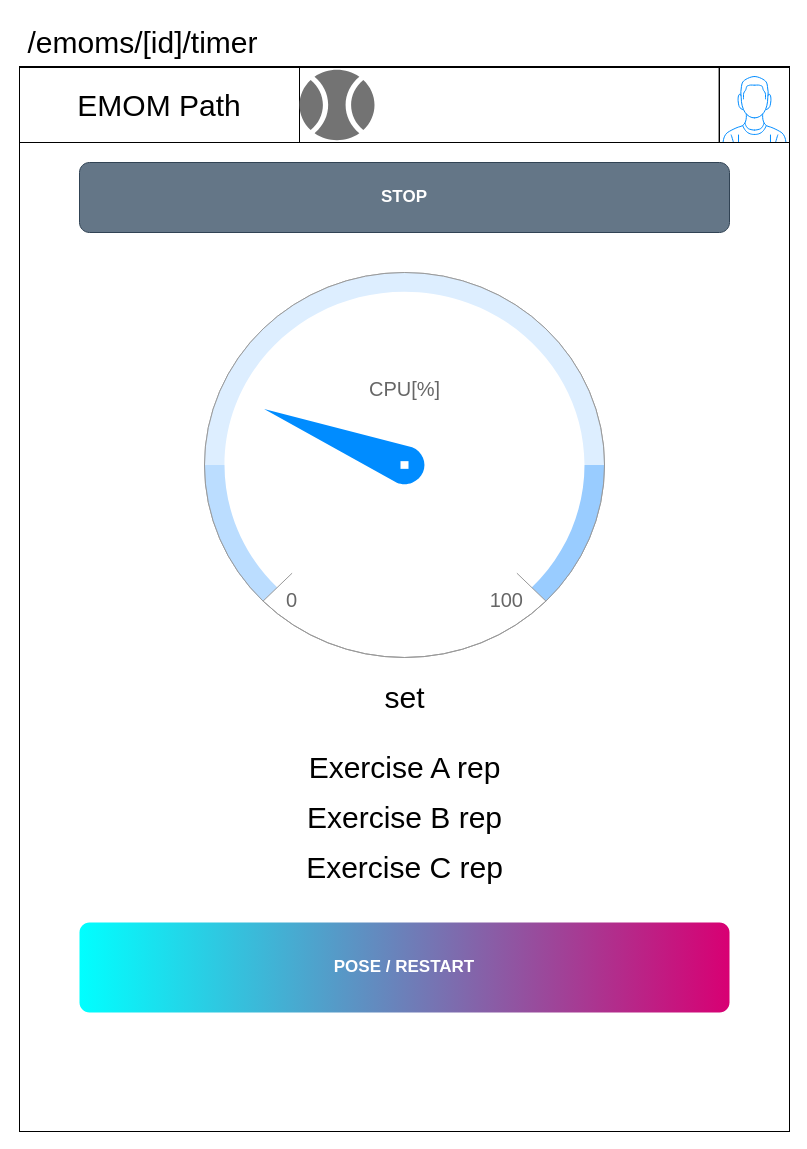
This is page "/emoms/[id]/timer" (13 of 16) of blueprints/emompath_WF.dio from Shuheitkhs/emompath, a draw.io file, before an edit. Source tidied: cells renumbered, new cells numbered last; positions are measured from the earlier drawing's top-left corner, leaving out a move shared by most shapes. Both pictures are drawn from the tidied source at 100%, with x=0, y=0 at pixel (17, 17).
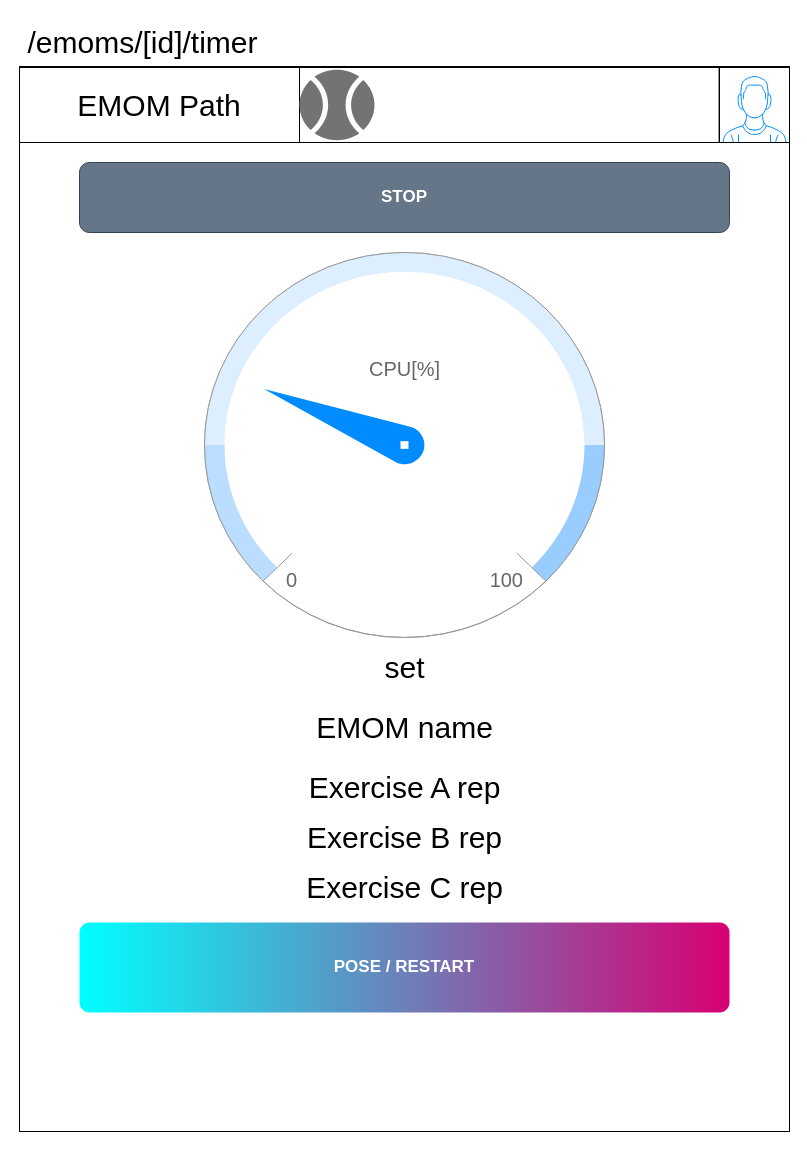
The same diagram, later.

Change to the diagram source:
```diff
@@
 <mxGraphModel>
   <root>
     <mxCell id="0" />
     <mxCell id="1" parent="0" />
     <mxCell id="2" style="rhombus;whiteSpace=wrap;html=1;" parent="1" vertex="1">
       <mxGeometry x="352" y="515" width="80" height="80" as="geometry" />
     </mxCell>
     <mxCell id="3" value="&lt;font style=&quot;font-size: 30px;&quot;&gt;/emoms/[id]/timer&lt;/font&gt;" style="text;html=1;align=center;verticalAlign=middle;strokeColor=none;fillColor=none;" parent="1" vertex="1">
       <mxGeometry width="250" height="50" as="geometry" />
     </mxCell>
     <mxCell id="4" style="rounded=0;whiteSpace=wrap;html=1;fontSize=30;" parent="1" vertex="1">
       <mxGeometry x="2" y="49" width="770" height="1065" as="geometry" />
     </mxCell>
     <mxCell id="5" style="rounded=0;whiteSpace=wrap;html=1;fontSize=30;" parent="1" vertex="1">
       <mxGeometry x="2" y="50" width="770" height="75" as="geometry" />
     </mxCell>
     <mxCell id="6" value="EMOM Path" style="rounded=0;whiteSpace=wrap;html=1;fontSize=30;" parent="1" vertex="1">
       <mxGeometry x="2" y="50" width="280" height="75" as="geometry" />
     </mxCell>
     <mxCell id="7" style="dashed=0;verticalLabelPosition=bottom;verticalAlign=top;align=center;shape=mxgraph.gmdl.sports;strokeColor=none;fillColor=#737373;shadow=0;sketch=0;fontSize=30;" parent="1" vertex="1">
       <mxGeometry x="282" y="50" width="75" height="75" as="geometry" />
     </mxCell>
     <mxCell id="8" style="verticalLabelPosition=bottom;shadow=0;dashed=0;align=center;html=1;verticalAlign=top;strokeWidth=1;shape=mxgraph.mockup.containers.userMale;strokeColor=default;strokeColor2=#008cff;fontSize=30;fillColor=default;" parent="1" vertex="1">
       <mxGeometry x="702" y="50" width="70" height="75" as="geometry" />
     </mxCell>
     <mxCell id="9" value="POSE / RESTART" style="strokeWidth=1;shadow=0;dashed=0;align=center;html=1;shape=mxgraph.mockup.buttons.button;strokeColor=none;fontColor=#ffffff;mainText=;buttonStyle=round;fontSize=17;fontStyle=1;fillColor=#d80073;whiteSpace=wrap;gradientColor=#00FFFF;gradientDirection=west;" parent="1" vertex="1">
       <mxGeometry x="62" y="905" width="650" height="90" as="geometry" />
     </mxCell>
     <mxCell id="10" value="STOP" style="strokeWidth=1;shadow=0;dashed=0;align=center;html=1;shape=mxgraph.mockup.buttons.button;strokeColor=#314354;fontColor=#ffffff;mainText=;buttonStyle=round;fontSize=17;fontStyle=1;fillColor=#647687;whiteSpace=wrap;" parent="1" vertex="1">
       <mxGeometry x="62" y="145" width="650" height="70" as="geometry" />
     </mxCell>
     <mxCell id="11" style="verticalLabelPosition=bottom;shadow=0;dashed=0;align=center;html=1;verticalAlign=top;strokeWidth=1;shape=mxgraph.mockup.graphics.gauge;fillColor=#ffffff;strokeColor=#999999;gaugePos=25;scaleColors=#bbddff,#ddeeff,#99ccff;gaugeLabels=,,;needleColor=#008cff;fontSize=20;" parent="1" vertex="1">
-      <mxGeometry x="187" y="255" width="400" height="385" as="geometry" />
+      <mxGeometry x="187" y="235" width="400" height="385" as="geometry" />
     </mxCell>
     <mxCell id="12" value="CPU[%]" style="strokeWidth=1;shadow=0;dashed=0;align=center;html=1;shape=mxgraph.mockup.graphics.anchor;fontColor=#666666;strokeColor=default;fontSize=20;fillColor=none;gradientColor=none;gradientDirection=radial;" parent="11" vertex="1">
       <mxGeometry x="100" y="77" width="200" height="77" as="geometry" />
     </mxCell>
     <mxCell id="13" value="0" style="strokeWidth=1;shadow=0;dashed=0;align=center;html=1;shape=mxgraph.mockup.graphics.anchor;align=left;fontColor=#666666;strokeColor=default;fontSize=20;fillColor=none;gradientColor=none;gradientDirection=radial;" parent="11" vertex="1">
       <mxGeometry x="80" y="288.8" width="200" height="77" as="geometry" />
     </mxCell>
     <mxCell id="14" value="100" style="strokeWidth=1;shadow=0;dashed=0;align=center;html=1;shape=mxgraph.mockup.graphics.anchor;align=right;fontColor=#666666;strokeColor=default;fontSize=20;fillColor=none;gradientColor=none;gradientDirection=radial;" parent="11" vertex="1">
       <mxGeometry x="120" y="288.8" width="200" height="77" as="geometry" />
     </mxCell>
     <mxCell id="15" value="&lt;font style=&quot;font-size: 30px;&quot;&gt;set&lt;/font&gt;" style="text;html=1;align=center;verticalAlign=middle;strokeColor=none;fillColor=none;fontSize=20;" parent="1" vertex="1">
-      <mxGeometry x="357" y="655" width="60" height="50" as="geometry" />
+      <mxGeometry x="357" y="625" width="60" height="50" as="geometry" />
     </mxCell>
     <mxCell id="16" value="Exercise A rep" style="text;html=1;align=center;verticalAlign=middle;strokeColor=none;fillColor=none;fontSize=30;" parent="1" vertex="1">
-      <mxGeometry x="277" y="725" width="220" height="50" as="geometry" />
+      <mxGeometry x="277" y="745" width="220" height="50" as="geometry" />
     </mxCell>
     <mxCell id="17" value="Exercise B rep" style="text;html=1;align=center;verticalAlign=middle;strokeColor=none;fillColor=none;fontSize=30;" parent="1" vertex="1">
-      <mxGeometry x="277" y="775" width="220" height="50" as="geometry" />
+      <mxGeometry x="277" y="795" width="220" height="50" as="geometry" />
     </mxCell>
     <mxCell id="18" value="Exercise C rep" style="text;html=1;align=center;verticalAlign=middle;strokeColor=none;fillColor=none;fontSize=30;" parent="1" vertex="1">
-      <mxGeometry x="277" y="825" width="220" height="50" as="geometry" />
+      <mxGeometry x="277" y="845" width="220" height="50" as="geometry" />
     </mxCell>
+    <mxCell id="19" value="EMOM name" style="text;html=1;align=center;verticalAlign=middle;strokeColor=none;fillColor=none;fontSize=30;" parent="1" vertex="1">
+      <mxGeometry x="287" y="685" width="200" height="50" as="geometry" />
+    </mxCell>
   </root>
 </mxGraphModel>
```
